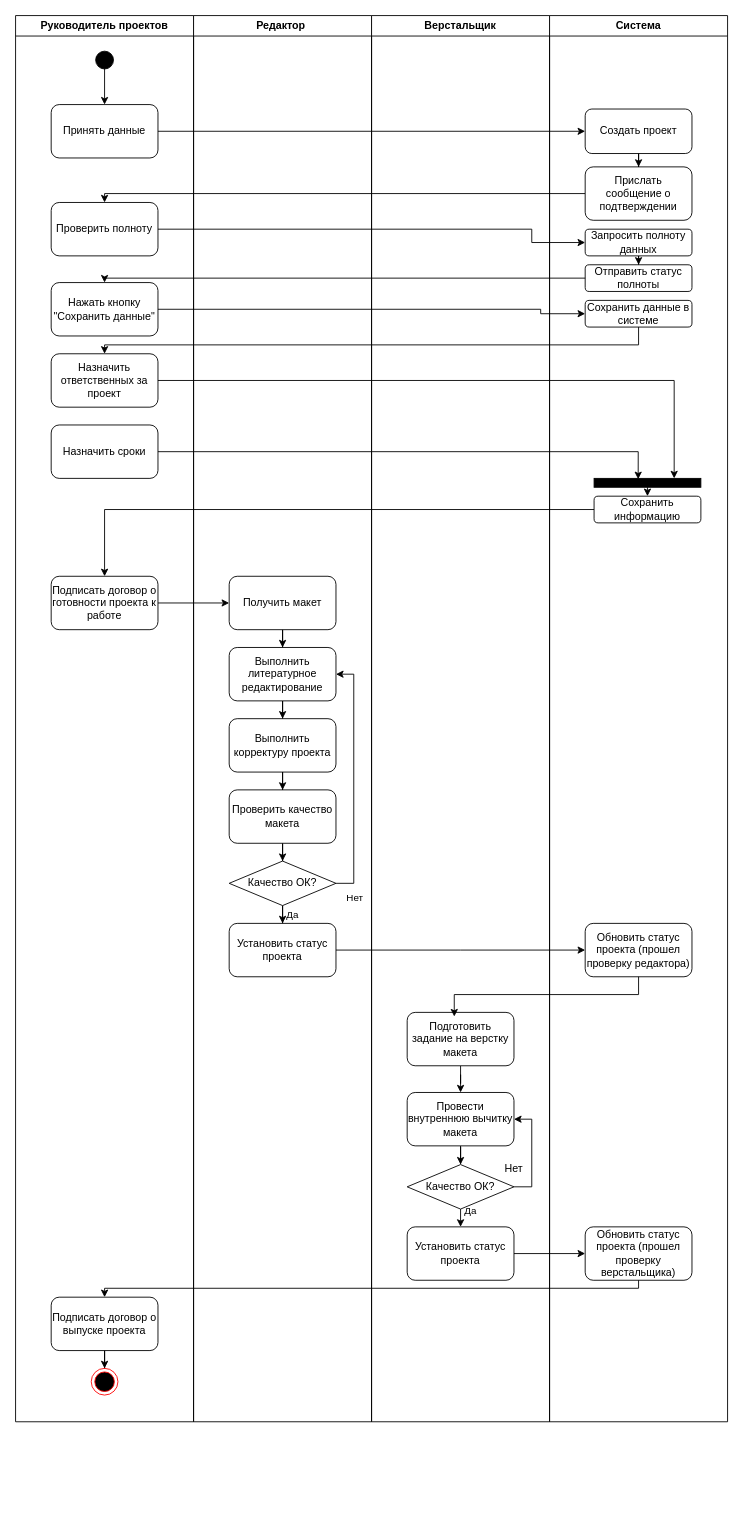
Earlier version of the draw.io diagram ortps5.drawio (danaddi/draw.io). Source tidied: cells renumbered, new cells numbered last; positions are measured from the earlier drawing's top-left corner, leaving out a move shared by most shapes. Both pictures are drawn from the tidied source at 89%, with x=0, y=0 at pixel (15, 15).
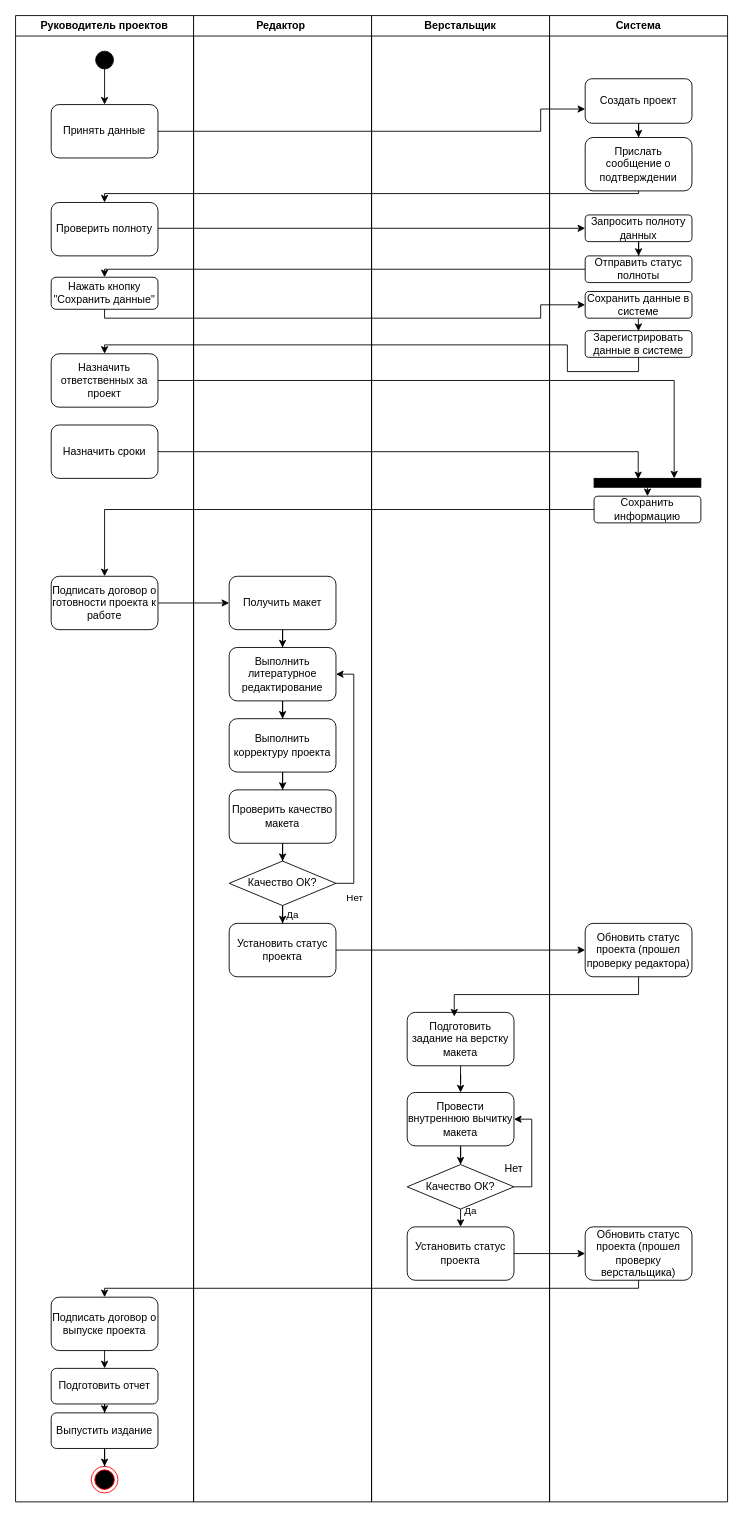
After the change.

The change refers to these unchanged cells:
```xml
<mxCell id="5" value="Принять данные" style="rounded=1;whiteSpace=wrap;html=1;" parent="2" vertex="1">
  <mxGeometry x="40" y="100" width="120" height="60" as="geometry" />
</mxCell>
<mxCell id="6" value="Назначить ответственных за проект" style="rounded=1;whiteSpace=wrap;html=1;" parent="2" vertex="1">
  <mxGeometry x="40" y="380" width="120" height="60" as="geometry" />
</mxCell>
<mxCell id="8" value="Проверить полноту" style="rounded=1;whiteSpace=wrap;html=1;" parent="2" vertex="1">
  <mxGeometry x="40" y="210" width="120" height="60" as="geometry" />
</mxCell>
<mxCell id="43" value="Подписать договор о выпуске проекта" style="rounded=1;whiteSpace=wrap;html=1;" parent="30" vertex="1">
  <mxGeometry x="-560" y="1440" width="120" height="60" as="geometry" />
</mxCell>
```

Diff of the diagram source:
```diff
@@
     <mxCell id="2" value="Руководитель проектов" style="swimlane;whiteSpace=wrap;html=1;" parent="1" vertex="1">
-      <mxGeometry width="200" height="1580" as="geometry" />
+      <mxGeometry width="200" height="1670" as="geometry" />
     </mxCell>
@@
     <mxCell id="9" value="Нажать кнопку &quot;Сохранить данные&quot;" style="rounded=1;whiteSpace=wrap;html=1;" parent="2" vertex="1">
-      <mxGeometry x="40" y="300" width="120" height="60" as="geometry" />
+      <mxGeometry x="40" y="294" width="120" height="36" as="geometry" />
     </mxCell>
+    <mxCell id="44" style="ellipse;html=1;shape=endState;fillColor=#000000;strokeColor=#ff0000;" parent="2" vertex="1">
+      <mxGeometry x="85" y="1630" width="30" height="30" as="geometry" />
+    </mxCell>
+    <mxCell id="67" style="edgeStyle=orthogonalEdgeStyle;rounded=0;jettySize=auto;html=1;" parent="2" edge="1" source="68" target="70">
+      <mxGeometry relative="1" as="geometry" />
+    </mxCell>
+    <mxCell id="68" value="Подготовить отчет" style="rounded=1;whiteSpace=wrap;html=1;" parent="2" vertex="1">
+      <mxGeometry x="40" y="1520" width="120" height="40" as="geometry" />
+    </mxCell>
+    <mxCell id="69" style="edgeStyle=orthogonalEdgeStyle;rounded=0;jettySize=auto;html=1;entryX=0.5;entryY=0;entryDx=0;entryDy=0;" parent="2" edge="1" source="70" target="44">
+      <mxGeometry relative="1" as="geometry" />
+    </mxCell>
+    <mxCell id="70" value="Выпустить издание" style="rounded=1;whiteSpace=wrap;html=1;" parent="2" vertex="1">
+      <mxGeometry x="40" y="1570" width="120" height="40" as="geometry" />
+    </mxCell>
     <mxCell id="10" value="Редактор&amp;nbsp;" style="swimlane;whiteSpace=wrap;html=1;" parent="1" vertex="1">
-      <mxGeometry x="200" width="200" height="1580" as="geometry" />
+      <mxGeometry x="200" width="200" height="1670" as="geometry" />
     </mxCell>
     <mxCell id="11" value="Верстальщик" style="swimlane;whiteSpace=wrap;html=1;startSize=23;" parent="1" vertex="1">
-      <mxGeometry x="400" width="200" height="1580" as="geometry" />
+      <mxGeometry x="400" width="200" height="1670" as="geometry" />
     </mxCell>
-    <mxCell id="12" style="edgeStyle=orthogonalEdgeStyle;rounded=0;jettySize=auto;html=1;exitX=0;exitY=0.5;exitDx=0;exitDy=0;" parent="11" edge="1" source="33">
+    <mxCell id="12" style="edgeStyle=orthogonalEdgeStyle;rounded=0;jettySize=auto;html=1;exitX=0.5;exitY=1;exitDx=0;exitDy=0;" parent="11" edge="1" source="33">
       <mxGeometry relative="1" as="geometry">
         <mxPoint x="-300" y="210" as="targetPoint" />
         <Array as="points">
           <mxPoint x="-300" y="200" />
         </Array>
       </mxGeometry>
     </mxCell>
@@
     <mxCell id="30" value="Система" style="swimlane;whiteSpace=wrap;html=1;fillColor=#FFFFFF;fillStyle=auto;gradientColor=none;swimlaneFillColor=none;" parent="1" vertex="1">
-      <mxGeometry x="600" width="200" height="1580" as="geometry" />
+      <mxGeometry x="600" width="200" height="1670" as="geometry" />
     </mxCell>
@@
     <mxCell id="32" value="Создать проект" style="rounded=1;whiteSpace=wrap;html=1;" parent="30" vertex="1">
-      <mxGeometry x="40" y="105" width="120" height="50" as="geometry" />
+      <mxGeometry x="40" y="71" width="120" height="50" as="geometry" />
     </mxCell>
     <mxCell id="33" value="Прислать сообщение о подтверждении" style="rounded=1;whiteSpace=wrap;html=1;" parent="30" vertex="1">
-      <mxGeometry x="40" y="170" width="120" height="60" as="geometry" />
+      <mxGeometry x="40" y="137" width="120" height="60" as="geometry" />
     </mxCell>
@@
     <mxCell id="35" value="Запросить полноту данных" style="rounded=1;whiteSpace=wrap;html=1;" parent="30" vertex="1">
-      <mxGeometry x="40" y="240" width="120" height="30" as="geometry" />
+      <mxGeometry x="40" y="224" width="120" height="30" as="geometry" />
     </mxCell>
     <mxCell id="36" value="Отправить статус полноты" style="rounded=1;whiteSpace=wrap;html=1;" parent="30" vertex="1">
-      <mxGeometry x="40" y="280" width="120" height="30" as="geometry" />
+      <mxGeometry x="40" y="270" width="120" height="30" as="geometry" />
     </mxCell>
     <mxCell id="37" value="Сохранить данные в системе" style="rounded=1;whiteSpace=wrap;html=1;" parent="30" vertex="1">
-      <mxGeometry x="40" y="320" width="120" height="30" as="geometry" />
+      <mxGeometry x="40" y="310" width="120" height="30" as="geometry" />
     </mxCell>
@@
-    <mxCell id="42" style="edgeStyle=orthogonalEdgeStyle;rounded=0;jettySize=auto;html=1;" parent="30" edge="1" source="43" target="44">
-      <mxGeometry relative="1" as="geometry" />
-    </mxCell>
@@
-    <mxCell id="44" style="ellipse;html=1;shape=endState;fillColor=#000000;strokeColor=#ff0000;" parent="30" vertex="1">
-      <mxGeometry x="-515" y="1520" width="30" height="30" as="geometry" />
-    </mxCell>
@@
     <mxCell id="59" style="edgeStyle=orthogonalEdgeStyle;rounded=0;jettySize=auto;html=1;" parent="1" edge="1" source="5" target="32">
-      <mxGeometry relative="1" as="geometry" />
+      <mxGeometry relative="1" as="geometry">
+        <Array as="points">
+          <mxPoint x="590" y="130" />
+          <mxPoint x="590" y="105" />
+        </Array>
+      </mxGeometry>
     </mxCell>
     <mxCell id="60" style="edgeStyle=orthogonalEdgeStyle;rounded=0;jettySize=auto;html=1;entryX=0;entryY=0.5;entryDx=0;entryDy=0;" parent="1" edge="1" source="8" target="35">
       <mxGeometry relative="1" as="geometry">
         <Array as="points">
-          <mxPoint x="580" y="240" />
-          <mxPoint x="580" y="255" />
+          <mxPoint x="640" y="240" />
         </Array>
       </mxGeometry>
     </mxCell>
-    <mxCell id="61" style="edgeStyle=orthogonalEdgeStyle;rounded=0;jettySize=auto;html=1;entryX=0.5;entryY=0;entryDx=0;entryDy=0;" parent="1" edge="1" source="36" target="9">
+    <mxCell id="61" style="edgeStyle=orthogonalEdgeStyle;rounded=0;jettySize=auto;html=1;entryX=0.5;entryY=0;entryDx=0;entryDy=0;exitX=0;exitY=0.5;exitDx=0;exitDy=0;" parent="1" edge="1" source="36" target="9">
       <mxGeometry relative="1" as="geometry">
         <Array as="points">
-          <mxPoint x="100" y="295" />
+          <mxPoint x="100" y="285" />
         </Array>
       </mxGeometry>
     </mxCell>
-    <mxCell id="62" style="edgeStyle=orthogonalEdgeStyle;rounded=0;jettySize=auto;html=1;entryX=0;entryY=0.5;entryDx=0;entryDy=0;" parent="1" edge="1" source="9" target="37">
-      <mxGeometry relative="1" as="geometry">
-        <Array as="points">
-          <mxPoint x="590" y="330" />
-          <mxPoint x="590" y="335" />
-        </Array>
-      </mxGeometry>
-    </mxCell>
-    <mxCell id="63" style="edgeStyle=orthogonalEdgeStyle;rounded=0;jettySize=auto;html=1;" parent="1" edge="1" source="37" target="6">
+    <mxCell id="63" style="edgeStyle=orthogonalEdgeStyle;rounded=0;jettySize=auto;html=1;exitX=0.5;exitY=1;exitDx=0;exitDy=0;" parent="1" edge="1" source="71" target="6">
       <mxGeometry relative="1" as="geometry">
         <Array as="points">
-          <mxPoint x="700" y="370" />
+          <mxPoint x="700" y="400" />
+          <mxPoint x="620" y="400" />
+          <mxPoint x="620" y="370" />
           <mxPoint x="100" y="370" />
         </Array>
       </mxGeometry>
     </mxCell>
@@
+    <mxCell id="42" style="edgeStyle=orthogonalEdgeStyle;rounded=0;jettySize=auto;html=1;" parent="1" edge="1" source="43">
+      <mxGeometry relative="1" as="geometry">
+        <mxPoint x="100" y="1520" as="targetPoint" />
+      </mxGeometry>
+    </mxCell>
+    <mxCell id="71" value="Зарегистрировать данные в системе" style="rounded=1;whiteSpace=wrap;html=1;" parent="1" vertex="1">
+      <mxGeometry x="640" y="354" width="120" height="30" as="geometry" />
+    </mxCell>
+    <mxCell id="62" style="edgeStyle=orthogonalEdgeStyle;rounded=0;jettySize=auto;html=1;entryX=0;entryY=0.5;entryDx=0;entryDy=0;exitX=0.5;exitY=1;exitDx=0;exitDy=0;" parent="1" edge="1" source="9" target="37">
+      <mxGeometry relative="1" as="geometry">
+        <Array as="points">
+          <mxPoint x="100" y="340" />
+          <mxPoint x="590" y="340" />
+          <mxPoint x="590" y="325" />
+        </Array>
+      </mxGeometry>
+    </mxCell>
+    <mxCell id="72" style="edgeStyle=orthogonalEdgeStyle;rounded=0;jettySize=auto;html=1;entryX=0.499;entryY=0.016;entryDx=0;entryDy=0;exitX=0.498;exitY=1.019;exitDx=0;exitDy=0;exitPerimeter=0;entryPerimeter=0;" parent="1" edge="1" source="37" target="71">
+      <mxGeometry relative="1" as="geometry" />
+    </mxCell>
```
